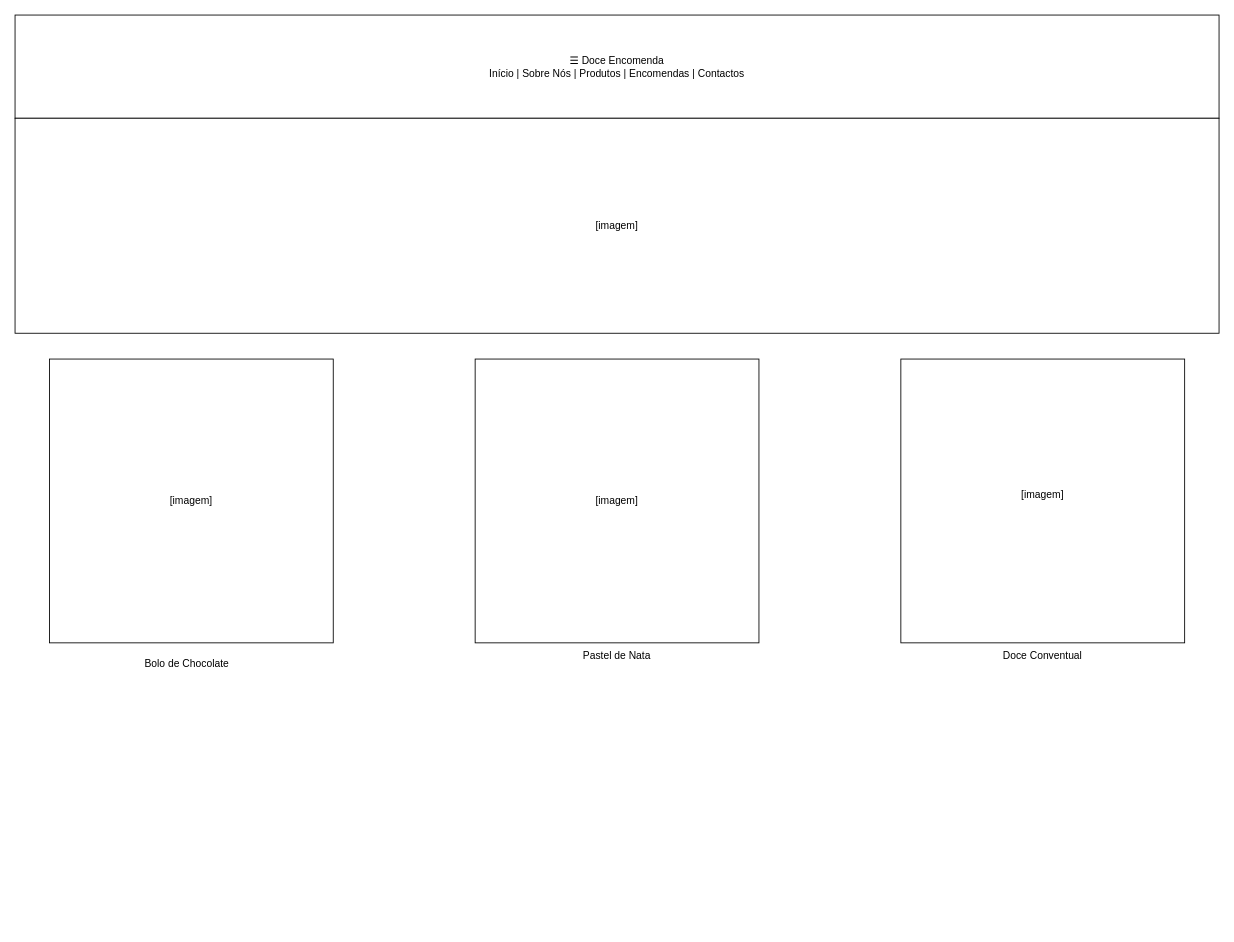
Above: page "Copy of Page-1" (2 of 4) of esquemas-doce-encomenda.drawio in SimonCast1/doce-encomenda (draw.io), before the change. Source tidied: cells renumbered, new cells numbered last; positions are measured from the earlier drawing's top-left corner, leaving out a move shared by most shapes. Both pictures are drawn from the tidied source at 86%, with x=0, y=0 at pixel (15, 15).
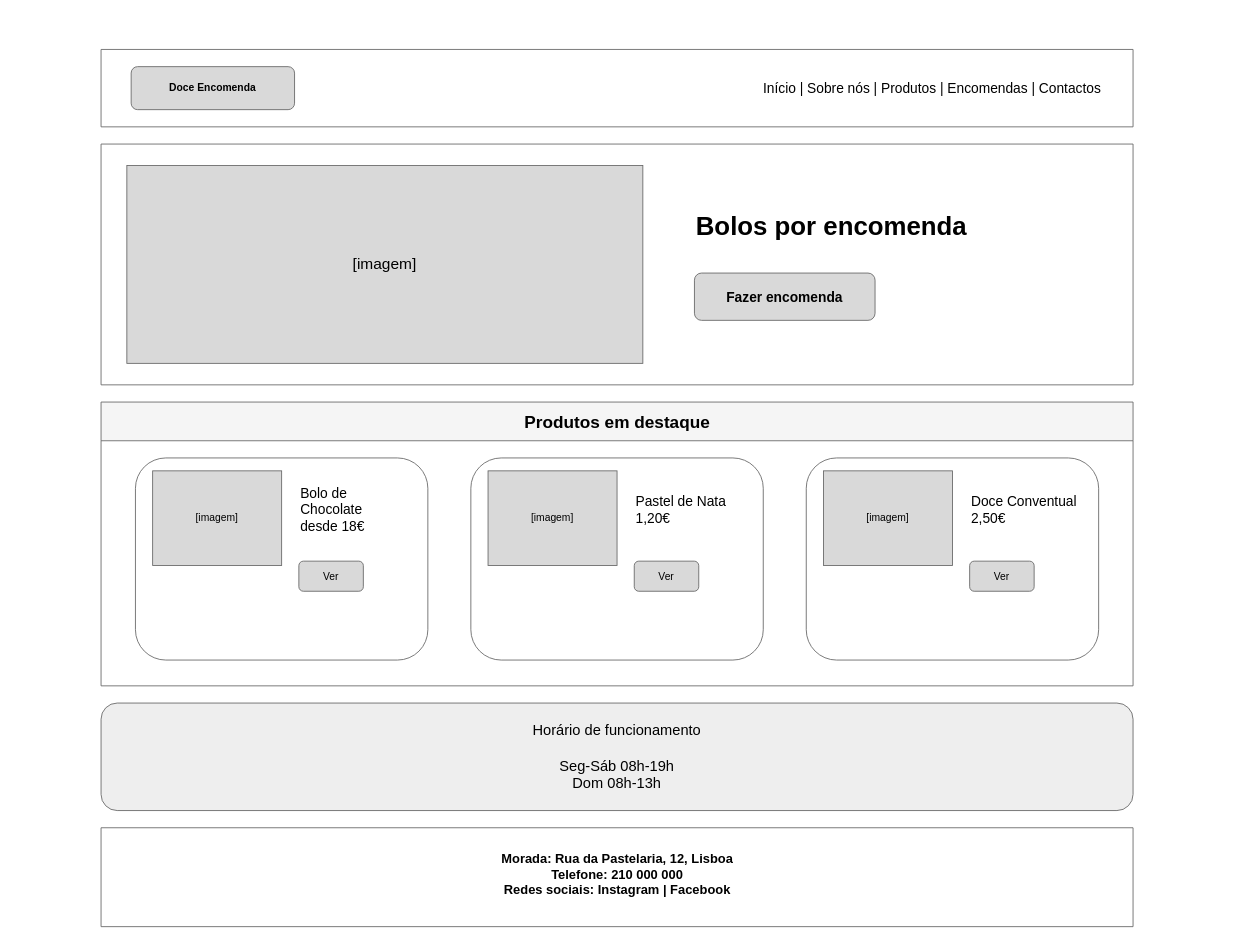
Above is the later version.

Change to the diagram source:
```diff
@@
-    <mxCell id="2" value="☰  Doce Encomenda&lt;div&gt;Início | Sobre Nós | Produtos | Encomendas | Contactos&lt;/div&gt;" style="rounded=0;whiteSpace=wrap;html=1;" parent="1" vertex="1">
-      <mxGeometry width="1400" height="120" as="geometry" />
-    </mxCell>
-    <mxCell id="3" value="[imagem]" style="rounded=0;whiteSpace=wrap;html=1;" parent="1" vertex="1">
-      <mxGeometry y="120" width="1400" height="250" as="geometry" />
-    </mxCell>
-    <mxCell id="4" value="[imagem]" style="rounded=0;whiteSpace=wrap;html=1;" parent="1" vertex="1">
-      <mxGeometry x="40" y="400" width="330" height="330" as="geometry" />
-    </mxCell>
-    <mxCell id="5" value="Bolo de Chocolate" style="text;html=1;whiteSpace=wrap;strokeColor=none;fillColor=none;align=center;verticalAlign=middle;rounded=0;" parent="1" vertex="1">
-      <mxGeometry x="120" y="740" width="160" height="30" as="geometry" />
-    </mxCell>
-    <mxCell id="6" value="[imagem]" style="rounded=0;whiteSpace=wrap;html=1;" parent="1" vertex="1">
-      <mxGeometry x="535" y="400" width="330" height="330" as="geometry" />
-    </mxCell>
-    <mxCell id="7" value="Pastel de Nata" style="text;html=1;whiteSpace=wrap;strokeColor=none;fillColor=none;align=center;verticalAlign=middle;rounded=0;" parent="1" vertex="1">
-      <mxGeometry x="620" y="730" width="160" height="30" as="geometry" />
-    </mxCell>
-    <mxCell id="8" value="&#10;[imagem]&#10;&#10;" style="rounded=0;whiteSpace=wrap;html=1;" parent="1" vertex="1">
-      <mxGeometry x="1030" y="400" width="330" height="330" as="geometry" />
-    </mxCell>
-    <mxCell id="9" value="Doce Conventual" style="text;html=1;whiteSpace=wrap;strokeColor=none;fillColor=none;align=center;verticalAlign=middle;rounded=0;" parent="1" vertex="1">
-      <mxGeometry x="1115" y="730" width="160" height="30" as="geometry" />
-    </mxCell>
+    <mxCell id="10" style="swimlane;horizontal=0;startSize=0;fillColor=#eeeeee;strokeColor=#666666;html=1;" parent="1" vertex="1">
+      <mxGeometry x="100" y="40" width="1200" height="90" as="geometry" />
+    </mxCell>
+    <mxCell id="11" value="Doce Encomenda" style="rounded=1;whiteSpace=wrap;html=1;fillColor=#d9d9d9;strokeColor=#666666;fontStyle=1;" parent="10" vertex="1">
+      <mxGeometry x="35" y="20" width="190" height="50" as="geometry" />
+    </mxCell>
+    <mxCell id="12" value="Início  |  Sobre nós  |  Produtos  |  Encomendas  |  Contactos" style="text;whiteSpace=wrap;html=1;align=right;verticalAlign=middle;fontSize=16;" parent="10" vertex="1">
+      <mxGeometry x="420" y="25" width="745" height="40" as="geometry" />
+    </mxCell>
+    <mxCell id="13" style="swimlane;horizontal=0;startSize=0;fillColor=#eeeeee;strokeColor=#666666;html=1;" parent="1" vertex="1">
+      <mxGeometry x="100" y="150" width="1200" height="280" as="geometry" />
+    </mxCell>
+    <mxCell id="14" value="[imagem]" style="rounded=0;whiteSpace=wrap;html=1;fillColor=#d9d9d9;strokeColor=#666666;fontSize=18;" parent="13" vertex="1">
+      <mxGeometry x="30" y="25" width="600" height="230" as="geometry" />
+    </mxCell>
+    <mxCell id="15" value="Bolos por encomenda" style="text;whiteSpace=wrap;html=1;align=left;verticalAlign=middle;fontSize=30;fontStyle=1;" parent="13" vertex="1">
+      <mxGeometry x="690" y="65" width="430" height="60" as="geometry" />
+    </mxCell>
+    <mxCell id="16" value="Fazer encomenda" style="rounded=1;whiteSpace=wrap;html=1;fillColor=#d9d9d9;strokeColor=#666666;fontSize=16;fontStyle=1;" parent="13" vertex="1">
+      <mxGeometry x="690" y="150" width="210" height="55" as="geometry" />
+    </mxCell>
+    <mxCell id="17" value="Produtos em destaque" style="swimlane;horizontal=1&#10;;startSize=45;fillColor=#f5f5f5;strokeColor=#666666;html=1;fontStyle=1;fontSize=20;" parent="1" vertex="1">
+      <mxGeometry x="100" y="450" width="1200" height="330" as="geometry" />
+    </mxCell>
+    <mxCell id="18" style="rounded=1;whiteSpace=wrap;html=1;fillColor=#ffffff;strokeColor=#666666;" parent="17" vertex="1">
+      <mxGeometry x="40" y="65" width="340" height="235" as="geometry" />
+    </mxCell>
+    <mxCell id="19" value="[imagem]" style="rounded=0;whiteSpace=wrap;html=1;fillColor=#d9d9d9;strokeColor=#666666;align=center;" parent="17" vertex="1">
+      <mxGeometry x="60" y="80" width="150" height="110" as="geometry" />
+    </mxCell>
+    <mxCell id="20" value="Bolo de Chocolate&#10;desde 18€" style="text;whiteSpace=wrap;html=1;align=left;verticalAlign=middle;fontSize=16;" parent="17" vertex="1">
+      <mxGeometry x="230" y="90" width="125" height="70" as="geometry" />
+    </mxCell>
+    <mxCell id="21" value="Ver" style="rounded=1;whiteSpace=wrap;html=1;fillColor=#d9d9d9;strokeColor=#666666;" parent="17" vertex="1">
+      <mxGeometry x="230" y="185" width="75" height="35" as="geometry" />
+    </mxCell>
+    <mxCell id="22" style="rounded=1;whiteSpace=wrap;html=1;fillColor=#ffffff;strokeColor=#666666;" parent="17" vertex="1">
+      <mxGeometry x="430" y="65" width="340" height="235" as="geometry" />
+    </mxCell>
+    <mxCell id="23" value="[imagem]" style="rounded=0;whiteSpace=wrap;html=1;fillColor=#d9d9d9;strokeColor=#666666;align=center;" parent="17" vertex="1">
+      <mxGeometry x="450" y="80" width="150" height="110" as="geometry" />
+    </mxCell>
+    <mxCell id="24" value="Pastel de Nata&#10;1,20€" style="text;whiteSpace=wrap;html=1;align=left;verticalAlign=middle;fontSize=16;" parent="17" vertex="1">
+      <mxGeometry x="620" y="90" width="125" height="70" as="geometry" />
+    </mxCell>
+    <mxCell id="25" value="Ver" style="rounded=1;whiteSpace=wrap;html=1;fillColor=#d9d9d9;strokeColor=#666666;" parent="17" vertex="1">
+      <mxGeometry x="620" y="185" width="75" height="35" as="geometry" />
+    </mxCell>
+    <mxCell id="26" style="rounded=1;whiteSpace=wrap;html=1;fillColor=#ffffff;strokeColor=#666666;" parent="17" vertex="1">
+      <mxGeometry x="820" y="65" width="340" height="235" as="geometry" />
+    </mxCell>
+    <mxCell id="27" value="[imagem]" style="rounded=0;whiteSpace=wrap;html=1;fillColor=#d9d9d9;strokeColor=#666666;align=center;" parent="17" vertex="1">
+      <mxGeometry x="840" y="80" width="150" height="110" as="geometry" />
+    </mxCell>
+    <mxCell id="28" value="Doce Conventual&#10;2,50€" style="text;whiteSpace=wrap;html=1;align=left;verticalAlign=middle;fontSize=16;" parent="17" vertex="1">
+      <mxGeometry x="1010" y="90" width="125" height="70" as="geometry" />
+    </mxCell>
+    <mxCell id="29" value="Ver" style="rounded=1;whiteSpace=wrap;html=1;fillColor=#d9d9d9;strokeColor=#666666;" parent="17" vertex="1">
+      <mxGeometry x="1010" y="185" width="75" height="35" as="geometry" />
+    </mxCell>
+    <mxCell id="30" value="Horário de funcionamento&#10;&#10;Seg-Sáb 08h-19h&#10;Dom 08h-13h" style="rounded=1;whiteSpace=wrap;html=1;fillColor=#eeeeee;strokeColor=#666666;html=1;fontSize=17;align=center;verticalAlign=middle;" parent="1" vertex="1">
+      <mxGeometry x="100" y="800" width="1200" height="125" as="geometry" />
+    </mxCell>
+    <mxCell id="31" value="&lt;div&gt;&lt;br&gt;&lt;/div&gt;&lt;div&gt;&lt;br&gt;&lt;/div&gt;&lt;div&gt;&lt;br&gt;&lt;/div&gt;&lt;div&gt;&lt;br&gt;&lt;/div&gt;&lt;div&gt;&lt;br&gt;&lt;/div&gt;&lt;div&gt;&lt;br&gt;&lt;/div&gt;Morada: Rua da Pastelaria, 12, Lisboa&lt;br&gt;Telefone: 210 000 000&lt;br&gt;Redes sociais: Instagram  |  Facebook" style="swimlane;horizontal=1;startSize=0;fillColor=#d9d9d9;strokeColor=#666666;html=1;fontSize=15;align=center;verticalAlign=middle;" parent="1" vertex="1">
+      <mxGeometry x="100" y="945" width="1200" height="115" as="geometry" />
+    </mxCell>
```
